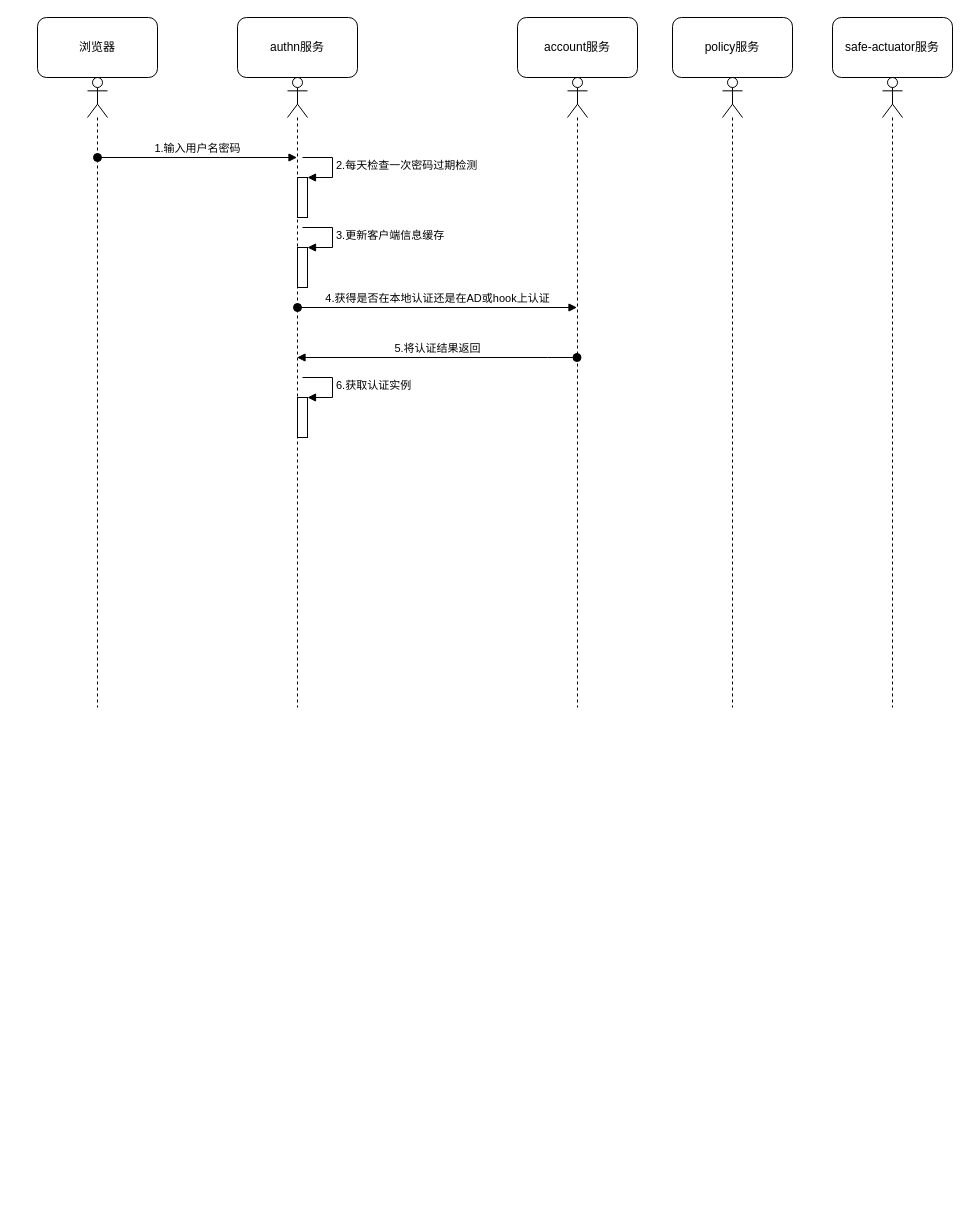
The draw.io diagram 流程图.drawio in tiankanghello/helloworld, before the edit. Source tidied: cells renumbered, new cells numbered last; positions are measured from the earlier drawing's top-left corner, leaving out a move shared by most shapes. Both pictures are drawn from the tidied source at 100%, with x=0, y=0 at pixel (37, 17).
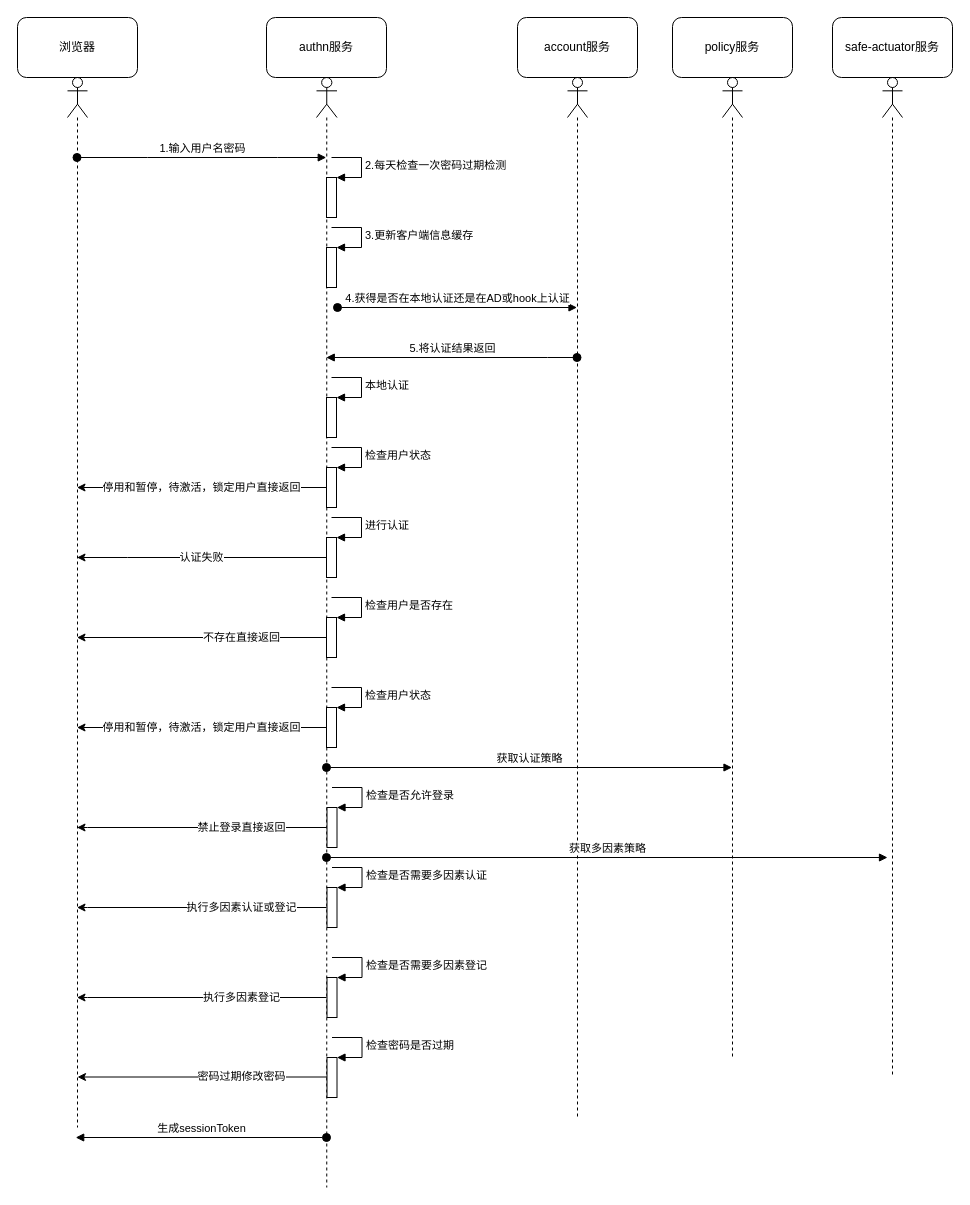
Above is the later version.

Commit message (it also covers changes not shown here):
更新流程图.drawio

The change refers to these unchanged cells:
```xml
<mxCell id="8" style="html=1;points=[];perimeter=orthogonalPerimeter;" parent="3" vertex="1">
  <mxGeometry x="10" y="320" width="10" height="40" as="geometry" />
</mxCell>
```

The edit, as a diff of the source:
```diff
@@
     <mxCell id="2" style="shape=umlLifeline;participant=umlActor;perimeter=lifelinePerimeter;whiteSpace=wrap;html=1;verticalAlign=top;spacingTop=36;outlineConnect=0;" parent="1" vertex="1">
-      <mxGeometry x="50" y="60" width="20" height="630" as="geometry" />
+      <mxGeometry x="30" y="60" width="20" height="1050" as="geometry" />
     </mxCell>
     <mxCell id="3" style="shape=umlLifeline;participant=umlActor;perimeter=lifelinePerimeter;whiteSpace=wrap;html=1;verticalAlign=top;spacingTop=36;outlineConnect=0;" parent="1" vertex="1">
-      <mxGeometry x="250" y="60" width="20" height="630" as="geometry" />
+      <mxGeometry x="279" y="60" width="20.5" height="1110" as="geometry" />
     </mxCell>
@@
-    <mxCell id="9" value="6.获取认证实例" style="edgeStyle=orthogonalEdgeStyle;html=1;align=left;spacingLeft=2;endArrow=block;rounded=0;entryX=1;entryY=0;" parent="3" edge="1" target="8">
+    <mxCell id="9" value="本地认证" style="edgeStyle=orthogonalEdgeStyle;html=1;align=left;spacingLeft=2;endArrow=block;rounded=0;entryX=1;entryY=0;" parent="3" edge="1" target="8">
       <mxGeometry relative="1" as="geometry">
         <mxPoint x="15" y="300" as="sourcePoint" />
         <Array as="points">
           <mxPoint x="45" y="300" />
         </Array>
       </mxGeometry>
     </mxCell>
+    <mxCell id="22" style="html=1;points=[];perimeter=orthogonalPerimeter;" parent="3" vertex="1">
+      <mxGeometry x="10" y="390" width="10" height="40" as="geometry" />
+    </mxCell>
+    <mxCell id="23" value="检查用户状态" style="edgeStyle=orthogonalEdgeStyle;html=1;align=left;spacingLeft=2;endArrow=block;rounded=0;entryX=1;entryY=0;" parent="3" edge="1" target="22">
+      <mxGeometry relative="1" as="geometry">
+        <mxPoint x="15" y="370" as="sourcePoint" />
+        <Array as="points">
+          <mxPoint x="45" y="370" />
+        </Array>
+      </mxGeometry>
+    </mxCell>
+    <mxCell id="24" style="html=1;points=[];perimeter=orthogonalPerimeter;" parent="3" vertex="1">
+      <mxGeometry x="10" y="460" width="10" height="40" as="geometry" />
+    </mxCell>
+    <mxCell id="25" value="进行认证" style="edgeStyle=orthogonalEdgeStyle;html=1;align=left;spacingLeft=2;endArrow=block;rounded=0;entryX=1;entryY=0;" parent="3" edge="1" target="24">
+      <mxGeometry relative="1" as="geometry">
+        <mxPoint x="15" y="440" as="sourcePoint" />
+        <Array as="points">
+          <mxPoint x="45" y="440" />
+        </Array>
+      </mxGeometry>
+    </mxCell>
+    <mxCell id="26" style="html=1;points=[];perimeter=orthogonalPerimeter;" parent="3" vertex="1">
+      <mxGeometry x="10" y="540" width="10" height="40" as="geometry" />
+    </mxCell>
+    <mxCell id="27" value="检查用户是否存在" style="edgeStyle=orthogonalEdgeStyle;html=1;align=left;spacingLeft=2;endArrow=block;rounded=0;entryX=1;entryY=0;" parent="3" edge="1" target="26">
+      <mxGeometry relative="1" as="geometry">
+        <mxPoint x="15" y="520" as="sourcePoint" />
+        <Array as="points">
+          <mxPoint x="45" y="520" />
+        </Array>
+      </mxGeometry>
+    </mxCell>
+    <mxCell id="28" style="html=1;verticalAlign=bottom;startArrow=oval;endArrow=block;startSize=8;rounded=0;" parent="3" edge="1">
+      <mxGeometry x="-0.28" y="-280" relative="1" as="geometry">
+        <mxPoint x="10.5" y="710" as="sourcePoint" />
+        <mxPoint x="10" y="710" as="targetPoint" />
+      </mxGeometry>
+    </mxCell>
+    <mxCell id="29" style="html=1;points=[];perimeter=orthogonalPerimeter;" parent="3" vertex="1">
+      <mxGeometry x="10.5" y="730" width="10" height="40" as="geometry" />
+    </mxCell>
+    <mxCell id="30" value="检查是否允许登录" style="edgeStyle=orthogonalEdgeStyle;html=1;align=left;spacingLeft=2;endArrow=block;rounded=0;entryX=1;entryY=0;" parent="3" edge="1" target="29">
+      <mxGeometry relative="1" as="geometry">
+        <mxPoint x="15.5" y="710" as="sourcePoint" />
+        <Array as="points">
+          <mxPoint x="45.5" y="710" />
+        </Array>
+      </mxGeometry>
+    </mxCell>
+    <mxCell id="31" style="html=1;verticalAlign=bottom;startArrow=oval;endArrow=block;startSize=8;rounded=0;" parent="3" edge="1">
+      <mxGeometry x="-0.28" y="-280" relative="1" as="geometry">
+        <mxPoint x="10.5" y="790" as="sourcePoint" />
+        <mxPoint x="10" y="790" as="targetPoint" />
+      </mxGeometry>
+    </mxCell>
+    <mxCell id="32" style="html=1;points=[];perimeter=orthogonalPerimeter;" parent="3" vertex="1">
+      <mxGeometry x="10.5" y="810" width="10" height="40" as="geometry" />
+    </mxCell>
+    <mxCell id="33" value="检查是否需要多因素认证" style="edgeStyle=orthogonalEdgeStyle;html=1;align=left;spacingLeft=2;endArrow=block;rounded=0;entryX=1;entryY=0;" parent="3" edge="1" target="32">
+      <mxGeometry relative="1" as="geometry">
+        <mxPoint x="15.5" y="790" as="sourcePoint" />
+        <Array as="points">
+          <mxPoint x="45.5" y="790" />
+        </Array>
+      </mxGeometry>
+    </mxCell>
+    <mxCell id="34" style="html=1;verticalAlign=bottom;startArrow=oval;endArrow=block;startSize=8;rounded=0;" parent="3" edge="1">
+      <mxGeometry x="-0.28" y="-280" relative="1" as="geometry">
+        <mxPoint x="10.5" y="880" as="sourcePoint" />
+        <mxPoint x="10" y="880" as="targetPoint" />
+      </mxGeometry>
+    </mxCell>
+    <mxCell id="35" style="html=1;points=[];perimeter=orthogonalPerimeter;" parent="3" vertex="1">
+      <mxGeometry x="10.5" y="900" width="10" height="40" as="geometry" />
+    </mxCell>
+    <mxCell id="36" value="检查是否需要多因素登记" style="edgeStyle=orthogonalEdgeStyle;html=1;align=left;spacingLeft=2;endArrow=block;rounded=0;entryX=1;entryY=0;" parent="3" edge="1" target="35">
+      <mxGeometry relative="1" as="geometry">
+        <mxPoint x="15.5" y="880" as="sourcePoint" />
+        <Array as="points">
+          <mxPoint x="45.5" y="880" />
+        </Array>
+      </mxGeometry>
+    </mxCell>
+    <mxCell id="37" style="html=1;verticalAlign=bottom;startArrow=oval;endArrow=block;startSize=8;rounded=0;" parent="3" edge="1">
+      <mxGeometry x="-0.28" y="-280" relative="1" as="geometry">
+        <mxPoint x="10.5" y="960" as="sourcePoint" />
+        <mxPoint x="10" y="960" as="targetPoint" />
+      </mxGeometry>
+    </mxCell>
+    <mxCell id="38" style="html=1;points=[];perimeter=orthogonalPerimeter;" parent="3" vertex="1">
+      <mxGeometry x="10.5" y="980" width="10" height="40" as="geometry" />
+    </mxCell>
+    <mxCell id="39" value="检查密码是否过期" style="edgeStyle=orthogonalEdgeStyle;html=1;align=left;spacingLeft=2;endArrow=block;rounded=0;entryX=1;entryY=0;" parent="3" edge="1" target="38">
+      <mxGeometry relative="1" as="geometry">
+        <mxPoint x="15.5" y="960" as="sourcePoint" />
+        <Array as="points">
+          <mxPoint x="45.5" y="960" />
+        </Array>
+      </mxGeometry>
+    </mxCell>
     <mxCell id="10" style="shape=umlLifeline;participant=umlActor;perimeter=lifelinePerimeter;whiteSpace=wrap;html=1;verticalAlign=top;spacingTop=36;outlineConnect=0;" parent="1" vertex="1">
-      <mxGeometry x="685" y="60" width="20" height="630" as="geometry" />
+      <mxGeometry x="685" y="60" width="20" height="980" as="geometry" />
     </mxCell>
     <mxCell id="11" style="shape=umlLifeline;participant=umlActor;perimeter=lifelinePerimeter;whiteSpace=wrap;html=1;verticalAlign=top;spacingTop=36;outlineConnect=0;" parent="1" vertex="1">
-      <mxGeometry x="530" y="60" width="20" height="630" as="geometry" />
+      <mxGeometry x="530" y="60" width="20" height="1040" as="geometry" />
     </mxCell>
     <mxCell id="12" style="shape=umlLifeline;participant=umlActor;perimeter=lifelinePerimeter;whiteSpace=wrap;html=1;verticalAlign=top;spacingTop=36;" parent="1" vertex="1">
-      <mxGeometry x="845" y="60" width="20" height="630" as="geometry" />
+      <mxGeometry x="845" y="60" width="20" height="1000" as="geometry" />
     </mxCell>
     <mxCell id="13" value="浏览器" style="rounded=1;whiteSpace=wrap;html=1;" parent="1" vertex="1">
-      <mxGeometry width="120" height="60" as="geometry" />
+      <mxGeometry x="-20" width="120" height="60" as="geometry" />
     </mxCell>
     <mxCell id="14" value="authn服务" style="rounded=1;whiteSpace=wrap;html=1;" parent="1" vertex="1">
-      <mxGeometry x="200" width="120" height="60" as="geometry" />
+      <mxGeometry x="229" width="120" height="60" as="geometry" />
     </mxCell>
@@
-    <mxCell id="18" value="1.输入用户名密码" style="html=1;verticalAlign=bottom;startArrow=oval;endArrow=block;startSize=8;rounded=0;" parent="1" edge="1" target="3">
+    <mxCell id="18" value="1.输入用户名密码" style="html=1;verticalAlign=bottom;startArrow=oval;endArrow=block;startSize=8;rounded=0;" parent="1" edge="1" source="2" target="3">
       <mxGeometry relative="1" as="geometry">
-        <mxPoint x="60" y="140" as="sourcePoint" />
+        <Array as="points">
+          <mxPoint x="110" y="140" />
+          <mxPoint x="240" y="140" />
+        </Array>
       </mxGeometry>
     </mxCell>
     <mxCell id="19" style="html=1;verticalAlign=bottom;startArrow=oval;endArrow=block;startSize=8;rounded=0;" parent="1" edge="1">
       <mxGeometry relative="1" as="geometry">
-        <mxPoint x="265" y="130" as="sourcePoint" />
-        <mxPoint x="264.5" y="130" as="targetPoint" />
+        <mxPoint x="294" y="130" as="sourcePoint" />
+        <mxPoint x="293.5" y="130" as="targetPoint" />
       </mxGeometry>
     </mxCell>
     <mxCell id="20" value="4.获得是否在本地认证还是在AD或hook上认证" style="html=1;verticalAlign=bottom;startArrow=oval;endArrow=block;startSize=8;rounded=0;" parent="1" edge="1" target="11">
       <mxGeometry relative="1" as="geometry">
-        <mxPoint x="260" y="290" as="sourcePoint" />
+        <mxPoint x="300" y="290" as="sourcePoint" />
       </mxGeometry>
     </mxCell>
@@
+    <mxCell id="40" style="edgeStyle=orthogonalEdgeStyle;rounded=0;jettySize=auto;html=1;" parent="1" edge="1" source="26" target="2">
+      <mxGeometry relative="1" as="geometry">
+        <Array as="points">
+          <mxPoint x="50" y="620" />
+          <mxPoint x="50" y="620" />
+        </Array>
+      </mxGeometry>
+    </mxCell>
+    <mxCell id="41" value="不存在直接返回" style="edgeLabel;html=1;align=center;verticalAlign=middle;" parent="40" vertex="1">
+      <mxGeometry x="-0.31" y="-1" relative="1" as="geometry" />
+    </mxCell>
+    <mxCell id="42" value="认证失败" style="edgeStyle=orthogonalEdgeStyle;rounded=0;jettySize=auto;html=1;" parent="1" edge="1" source="24" target="2">
+      <mxGeometry relative="1" as="geometry">
+        <Array as="points">
+          <mxPoint x="90" y="540" />
+          <mxPoint x="90" y="540" />
+        </Array>
+      </mxGeometry>
+    </mxCell>
+    <mxCell id="43" value="停用和暂停，待激活，锁定用户直接返回" style="edgeStyle=orthogonalEdgeStyle;rounded=0;jettySize=auto;html=1;" parent="1" edge="1" source="45" target="2">
+      <mxGeometry relative="1" as="geometry">
+        <Array as="points">
+          <mxPoint x="90" y="710" />
+          <mxPoint x="90" y="710" />
+        </Array>
+      </mxGeometry>
+    </mxCell>
+    <mxCell id="44" style="html=1;verticalAlign=bottom;startArrow=oval;endArrow=block;startSize=8;rounded=0;" parent="1" edge="1" target="3">
+      <mxGeometry x="-0.28" y="-280" relative="1" as="geometry">
+        <mxPoint x="289" y="670" as="sourcePoint" />
+      </mxGeometry>
+    </mxCell>
+    <mxCell id="45" style="html=1;points=[];perimeter=orthogonalPerimeter;" parent="1" vertex="1">
+      <mxGeometry x="289" y="690" width="10" height="40" as="geometry" />
+    </mxCell>
+    <mxCell id="46" value="检查用户状态" style="edgeStyle=orthogonalEdgeStyle;html=1;align=left;spacingLeft=2;endArrow=block;rounded=0;entryX=1;entryY=0;" parent="1" edge="1" target="45">
+      <mxGeometry relative="1" as="geometry">
+        <mxPoint x="294" y="670" as="sourcePoint" />
+        <Array as="points">
+          <mxPoint x="324" y="670" />
+        </Array>
+      </mxGeometry>
+    </mxCell>
+    <mxCell id="47" value="获取认证策略" style="html=1;verticalAlign=bottom;startArrow=oval;endArrow=block;startSize=8;rounded=0;" parent="1" edge="1" target="10">
+      <mxGeometry relative="1" as="geometry">
+        <mxPoint x="289" y="750" as="sourcePoint" />
+        <Array as="points">
+          <mxPoint x="359.5" y="750" />
+          <mxPoint x="489.5" y="750" />
+        </Array>
+      </mxGeometry>
+    </mxCell>
+    <mxCell id="48" style="edgeStyle=orthogonalEdgeStyle;rounded=0;orthogonalLoop=1;jettySize=auto;html=1;" parent="1" edge="1">
+      <mxGeometry relative="1" as="geometry">
+        <mxPoint x="289" y="810" as="sourcePoint" />
+        <mxPoint x="39.5" y="810" as="targetPoint" />
+        <Array as="points">
+          <mxPoint x="50" y="810" />
+          <mxPoint x="50" y="810" />
+        </Array>
+      </mxGeometry>
+    </mxCell>
+    <mxCell id="49" value="禁止登录直接返回" style="edgeLabel;html=1;align=center;verticalAlign=middle;" parent="48" vertex="1">
+      <mxGeometry x="-0.31" y="-1" relative="1" as="geometry" />
+    </mxCell>
+    <mxCell id="50" style="edgeStyle=orthogonalEdgeStyle;rounded=0;orthogonalLoop=1;jettySize=auto;html=1;" parent="1" edge="1">
+      <mxGeometry relative="1" as="geometry">
+        <mxPoint x="289" y="890" as="sourcePoint" />
+        <mxPoint x="39.5" y="890" as="targetPoint" />
+        <Array as="points">
+          <mxPoint x="50" y="890" />
+          <mxPoint x="50" y="890" />
+        </Array>
+      </mxGeometry>
+    </mxCell>
+    <mxCell id="51" value="执行多因素认证或登记" style="edgeLabel;html=1;align=center;verticalAlign=middle;" parent="50" vertex="1">
+      <mxGeometry x="-0.31" y="-1" relative="1" as="geometry" />
+    </mxCell>
+    <mxCell id="52" style="edgeStyle=orthogonalEdgeStyle;rounded=0;orthogonalLoop=1;jettySize=auto;html=1;" parent="1" edge="1">
+      <mxGeometry relative="1" as="geometry">
+        <mxPoint x="289" y="980" as="sourcePoint" />
+        <mxPoint x="39.5" y="980" as="targetPoint" />
+        <Array as="points">
+          <mxPoint x="50" y="980" />
+          <mxPoint x="50" y="980" />
+        </Array>
+      </mxGeometry>
+    </mxCell>
+    <mxCell id="53" value="执行多因素登记" style="edgeLabel;html=1;align=center;verticalAlign=middle;" parent="52" vertex="1">
+      <mxGeometry x="-0.31" y="-1" relative="1" as="geometry" />
+    </mxCell>
+    <mxCell id="54" style="edgeStyle=orthogonalEdgeStyle;rounded=0;orthogonalLoop=1;jettySize=auto;html=1;" parent="1" edge="1">
+      <mxGeometry relative="1" as="geometry">
+        <mxPoint x="289.5" y="1059.5" as="sourcePoint" />
+        <mxPoint x="40" y="1059.5" as="targetPoint" />
+        <Array as="points">
+          <mxPoint x="50.5" y="1059.5" />
+          <mxPoint x="50.5" y="1059.5" />
+        </Array>
+      </mxGeometry>
+    </mxCell>
+    <mxCell id="55" value="密码过期修改密码" style="edgeLabel;html=1;align=center;verticalAlign=middle;" parent="54" vertex="1">
+      <mxGeometry x="-0.31" y="-1" relative="1" as="geometry" />
+    </mxCell>
+    <mxCell id="56" value="生成sessionToken" style="html=1;verticalAlign=bottom;startArrow=oval;endArrow=block;startSize=8;rounded=0;" parent="1" edge="1">
+      <mxGeometry relative="1" as="geometry">
+        <mxPoint x="289" y="1120" as="sourcePoint" />
+        <mxPoint x="38.2" y="1120" as="targetPoint" />
+        <Array as="points">
+          <mxPoint x="259.5" y="1120" />
+        </Array>
+      </mxGeometry>
+    </mxCell>
+    <mxCell id="57" value="获取多因素策略" style="html=1;verticalAlign=bottom;startArrow=oval;endArrow=block;startSize=8;rounded=0;" parent="1" edge="1">
+      <mxGeometry relative="1" as="geometry">
+        <mxPoint x="289" y="840" as="sourcePoint" />
+        <mxPoint x="850" y="840" as="targetPoint" />
+        <Array as="points">
+          <mxPoint x="359.5" y="840" />
+          <mxPoint x="489.5" y="840" />
+        </Array>
+      </mxGeometry>
+    </mxCell>
+    <mxCell id="58" value="停用和暂停，待激活，锁定用户直接返回" style="edgeStyle=orthogonalEdgeStyle;rounded=0;jettySize=auto;html=1;" parent="1" edge="1" source="22" target="2">
+      <mxGeometry relative="1" as="geometry">
+        <Array as="points">
+          <mxPoint x="110" y="470" />
+          <mxPoint x="110" y="470" />
+        </Array>
+      </mxGeometry>
+    </mxCell>
```
